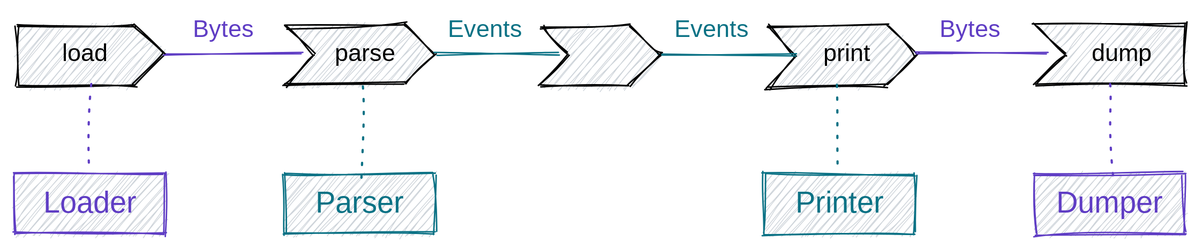
This is web/docs/understand/operator-physical.excalidraw.svg from tenzir/tenzir, a Excalidraw export, as it was before one commit. Source tidied: one line per element, renumbered; positions are measured from the earlier drawing's top-left corner, leaving out a move shared by most shapes.
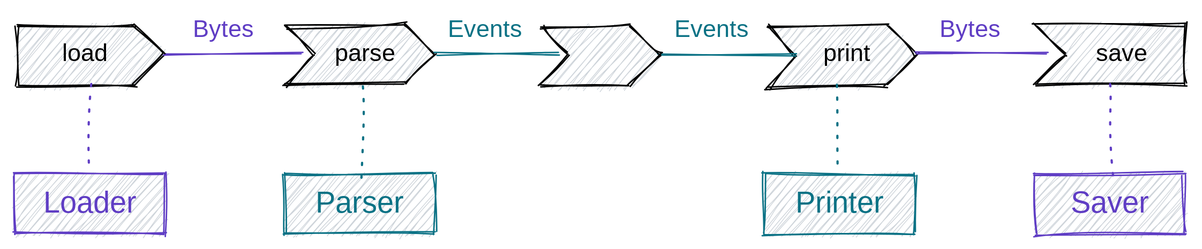
After the change.

Commit message:
Rename remnants of "dumper" to "saver"

Diff of the diagram source:
```diff
@@ -3,7 +3,7 @@
 {"id": 2, "type": "text", "text": "load", "strokeColor": "#000000", "strokeWidth": 1, "roughness": 1, "fontSize": 16, "fontFamily": 3, "textAlign": "center", "x": 27, "y": 16, "width": 40, "height": 20}
 {"id": 3, "type": "line", "strokeColor": "#000000", "backgroundColor": "#ced4da", "fillStyle": "hachure", "strokeWidth": 1, "roughness": 1, "x": 180, "y": 7, "width": 100, "height": 41, "points": [[0, 0], [20, 19], [0, 40], [80, 39], [100, 19], [80, -1], [0, 0]]}
 {"id": 4, "type": "text", "text": "parse", "strokeColor": "#000000", "strokeWidth": 1, "roughness": 1, "fontSize": 16, "fontFamily": 3, "textAlign": "center", "x": 209, "y": 16, "width": 49, "height": 20}
-{"id": 5, "type": "text", "text": "dump", "strokeColor": "#000000", "backgroundColor": "#ced4da", "fillStyle": "hachure", "strokeWidth": 1, "roughness": 1, "fontSize": 16, "fontFamily": 3, "textAlign": "center", "x": 718, "y": 16, "width": 40, "height": 20}
+{"id": 5, "type": "text", "text": "save", "strokeColor": "#000000", "backgroundColor": "#ced4da", "fillStyle": "hachure", "strokeWidth": 1, "roughness": 1, "fontSize": 16, "fontFamily": 3, "textAlign": "center", "x": 719, "y": 16, "width": 38, "height": 20}
 {"id": 6, "type": "rectangle", "strokeColor": "#0b7285", "backgroundColor": "#ced4da", "fillStyle": "hachure", "strokeWidth": 1, "roughness": 1, "x": 180, "y": 106, "width": 100, "height": 40}
 {"id": 7, "type": "text", "text": "Parser", "strokeColor": "#0b7285", "strokeWidth": 1, "roughness": 1, "fontSize": 20, "fontFamily": 1, "textAlign": "center", "verticalAlign": "middle", "inside": 6, "x": 196, "y": 114, "width": 68, "height": 25}
 {"id": 8, "type": "rectangle", "strokeColor": "#5f3dc4", "backgroundColor": "#ced4da", "fillStyle": "hachure", "strokeWidth": 1, "roughness": 1, "x": 0, "y": 106, "width": 100, "height": 40}
@@ -18,7 +18,7 @@
 {"id": 17, "type": "rectangle", "strokeColor": "#0b7285", "backgroundColor": "#ced4da", "fillStyle": "hachure", "strokeWidth": 1, "roughness": 1, "x": 500, "y": 106, "width": 100, "height": 40}
 {"id": 18, "type": "text", "text": "Printer", "strokeColor": "#0b7285", "strokeWidth": 1, "roughness": 1, "fontSize": 20, "fontFamily": 1, "textAlign": "center", "verticalAlign": "middle", "inside": 17, "x": 516, "y": 114, "width": 68, "height": 25}
 {"id": 19, "type": "rectangle", "strokeColor": "#5f3dc4", "backgroundColor": "#ced4da", "fillStyle": "hachure", "strokeWidth": 1, "roughness": 1, "x": 680, "y": 106, "width": 100, "height": 40}
-{"id": 20, "type": "text", "text": "Dumper", "strokeColor": "#5f3dc4", "strokeWidth": 1, "roughness": 1, "fontSize": 20, "fontFamily": 1, "textAlign": "center", "verticalAlign": "middle", "inside": 19, "x": 694, "y": 114, "width": 71, "height": 25}
+{"id": 20, "type": "text", "text": "Saver", "strokeColor": "#5f3dc4", "strokeWidth": 1, "roughness": 1, "fontSize": 20, "fontFamily": 1, "textAlign": "center", "verticalAlign": "middle", "inside": 19, "x": 702, "y": 114, "width": 55, "height": 25}
 {"id": 21, "type": "line", "strokeColor": "#000000", "backgroundColor": "#ced4da", "fillStyle": "hachure", "strokeWidth": 1, "roughness": 1, "x": 351, "y": 8, "width": 80, "height": 40, "points": [[0, 0], [18, 18], [-1, 39], [59, 39], [79, 19], [59, -1], [0, 0]]}
 {"id": 22, "type": "text", "text": "Events", "strokeColor": "#0b7285", "strokeWidth": 1, "roughness": 1, "fontSize": 16, "fontFamily": 1, "x": 440, "y": 0, "width": 55, "height": 20}
 {"id": 23, "type": "line", "strokeColor": "#5f3dc4", "backgroundColor": "#ced4da", "fillStyle": "hachure", "strokeWidth": 1, "strokeStyle": "dotted", "roughness": 1, "x": 50, "y": 45, "width": 0, "height": 59, "points": [[0, 0], [0, 59]]}
```
